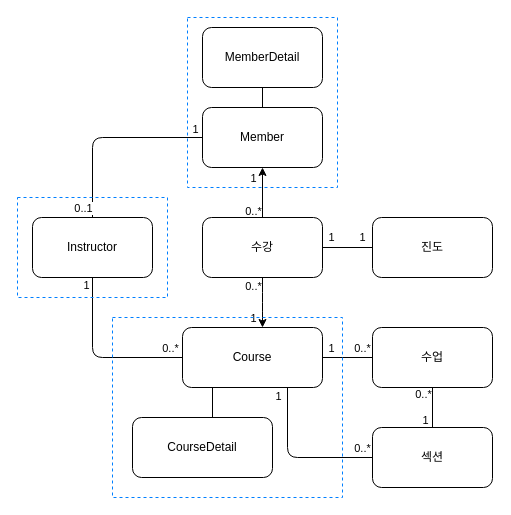
Earlier version of the draw.io diagram 도메인모델.drawio (kyhyeok/splearn-java-to-kotlin). Source tidied: cells renumbered, new cells numbered last; positions are measured from the earlier drawing's top-left corner, leaving out a move shared by most shapes. Both pictures are drawn from the tidied source at 100%, with x=0, y=0 at pixel (17, 17).
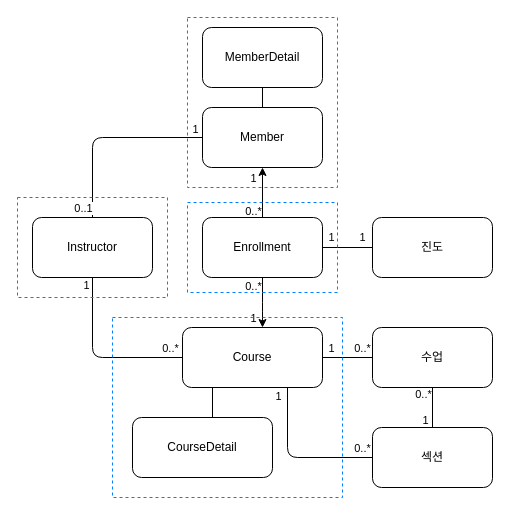
The same diagram, later.

Change to the diagram source:
```diff
@@
-    <mxCell id="11" value="수강" style="rounded=1;whiteSpace=wrap;html=1;" parent="1" vertex="1">
+    <mxCell id="11" value="Enrollment" style="rounded=1;whiteSpace=wrap;html=1;" parent="1" vertex="1">
       <mxGeometry x="185" y="200" width="120" height="60" as="geometry" />
     </mxCell>
@@
+    <mxCell id="40" style="rounded=0;whiteSpace=wrap;html=1;fillColor=none;fillStyle=auto;strokeColor=#007FFF;dashed=1;" parent="1" vertex="1">
+      <mxGeometry x="170" y="185" width="150" height="90" as="geometry" />
+    </mxCell>
```
